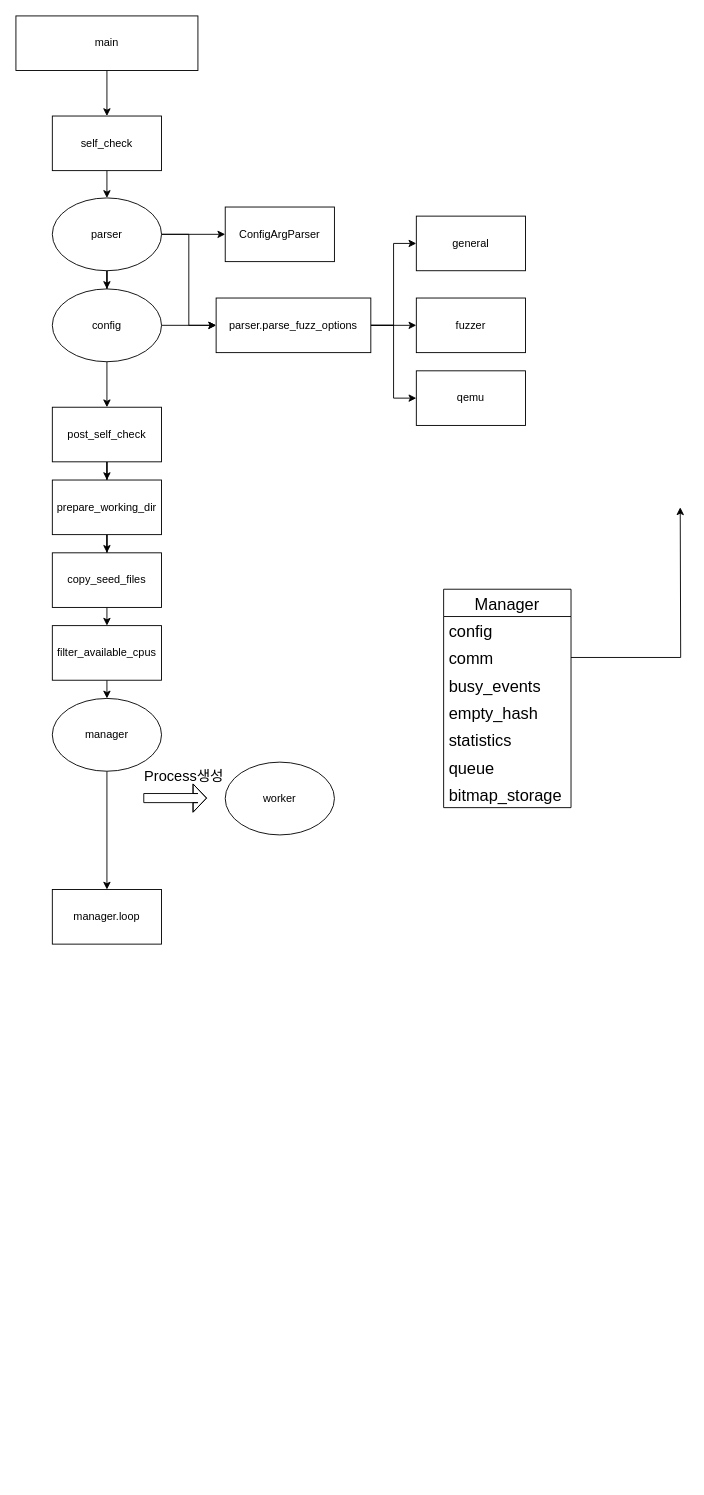
This is kAFL분석.drawio from FuzzerTV/Drawio, a draw.io file, before an edit. Source tidied: cells renumbered, new cells numbered last; positions are measured from the earlier drawing's top-left corner, leaving out a move shared by most shapes. Both pictures are drawn from the tidied source at 91%, with x=0, y=0 at pixel (15, 15).
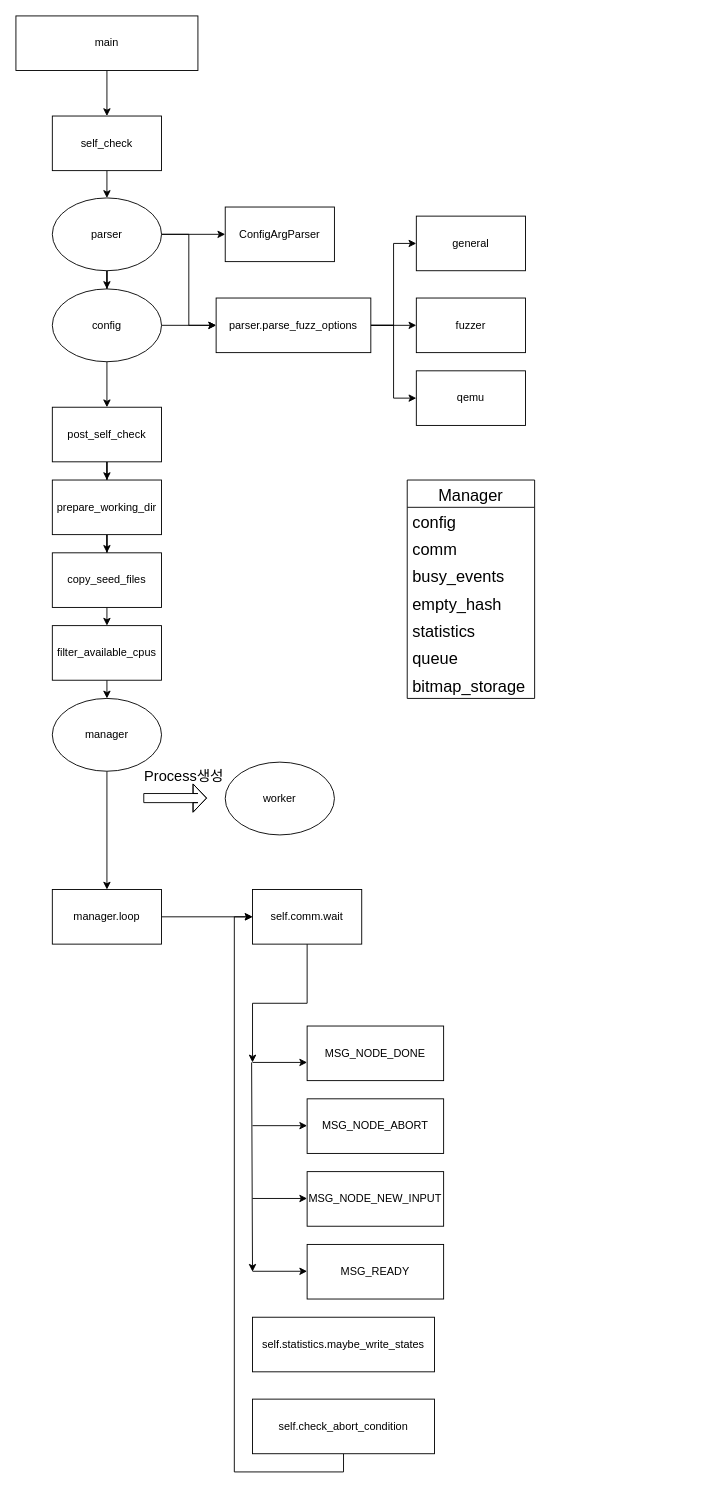
Above is the later version.

Commit message:
Manager.py분석 siphal

Unchanged cells that the change refers to:
```xml
<mxCell id="27" value="manager.loop" style="rounded=0;whiteSpace=wrap;html=1;" parent="1" vertex="1">
  <mxGeometry x="40" y="960" width="120" height="60" as="geometry" />
</mxCell>
<mxCell id="37" value="comm" style="text;strokeColor=none;fillColor=none;align=left;verticalAlign=middle;spacingLeft=4;spacingRight=4;overflow=hidden;points=[[0,0.5],[1,0.5]];portConstraint=eastwest;fontSize=18;" parent="35" vertex="1">
  <mxGeometry y="60" width="140" height="30" as="geometry" />
</mxCell>
```

What changed in the source:
```diff
@@
+    <mxCell id="44" style="edgeStyle=orthogonalEdgeStyle;rounded=0;jettySize=auto;html=1;exitX=1;exitY=0.5;exitDx=0;exitDy=0;entryX=0;entryY=0.5;entryDx=0;entryDy=0;" parent="1" edge="1" source="27" target="47">
+      <mxGeometry relative="1" as="geometry" />
+    </mxCell>
@@
     <mxCell id="35" value="Manager" style="swimlane;fontStyle=0;horizontal=1;startSize=30;fontSize=18;noLabel=0;arcSize=15;" parent="1" vertex="1">
-      <mxGeometry x="470" y="630" width="140" height="240" as="geometry" />
+      <mxGeometry x="430" y="510" width="140" height="240" as="geometry" />
     </mxCell>
@@
-    <mxCell id="43" style="edgeStyle=orthogonalEdgeStyle;rounded=0;jettySize=auto;html=1;exitX=1;exitY=0.5;exitDx=0;exitDy=0;fontSize=18;startSize=30;" parent="1" edge="1" source="37">
-      <mxGeometry relative="1" as="geometry">
-        <mxPoint x="730" y="540" as="targetPoint" />
-      </mxGeometry>
-    </mxCell>
+    <mxCell id="45" value="MSG_NODE_DONE" style="rounded=0;whiteSpace=wrap;html=1;" parent="1" vertex="1">
+      <mxGeometry x="320" y="1110" width="150" height="60" as="geometry" />
+    </mxCell>
+    <mxCell id="46" style="edgeStyle=orthogonalEdgeStyle;rounded=0;jettySize=auto;html=1;exitX=0.5;exitY=1;exitDx=0;exitDy=0;" parent="1" edge="1" source="47">
+      <mxGeometry relative="1" as="geometry">
+        <mxPoint x="260" y="1150" as="targetPoint" />
+        <Array as="points">
+          <mxPoint x="320" y="1085" />
+          <mxPoint x="260" y="1085" />
+        </Array>
+      </mxGeometry>
+    </mxCell>
+    <mxCell id="47" value="self.comm.wait" style="rounded=0;whiteSpace=wrap;html=1;" parent="1" vertex="1">
+      <mxGeometry x="260" y="960" width="120" height="60" as="geometry" />
+    </mxCell>
+    <mxCell id="48" value="MSG_NODE_ABORT" style="rounded=0;whiteSpace=wrap;html=1;" parent="1" vertex="1">
+      <mxGeometry x="320" y="1190" width="150" height="60" as="geometry" />
+    </mxCell>
+    <mxCell id="49" value="MSG_NODE_NEW_INPUT" style="rounded=0;whiteSpace=wrap;html=1;" parent="1" vertex="1">
+      <mxGeometry x="320" y="1270" width="150" height="60" as="geometry" />
+    </mxCell>
+    <mxCell id="50" style="edgeStyle=orthogonalEdgeStyle;rounded=0;orthogonalLoop=1;jettySize=auto;html=1;exitX=0.5;exitY=1;exitDx=0;exitDy=0;" parent="1" edge="1" source="48" target="48">
+      <mxGeometry relative="1" as="geometry" />
+    </mxCell>
+    <mxCell id="51" style="edgeStyle=orthogonalEdgeStyle;rounded=0;jettySize=auto;html=1;exitX=0.5;exitY=1;exitDx=0;exitDy=0;entryX=0;entryY=0.5;entryDx=0;entryDy=0;" parent="1" edge="1" source="52" target="47">
+      <mxGeometry relative="1" as="geometry" />
+    </mxCell>
+    <mxCell id="52" value="self.check_abort_condition" style="rounded=0;whiteSpace=wrap;html=1;" parent="1" vertex="1">
+      <mxGeometry x="260" y="1520" width="200" height="60" as="geometry" />
+    </mxCell>
+    <mxCell id="53" value="self.statistics.maybe_write_states" style="rounded=0;whiteSpace=wrap;html=1;" parent="1" vertex="1">
+      <mxGeometry x="260" y="1430" width="200" height="60" as="geometry" />
+    </mxCell>
+    <mxCell id="54" value="MSG_READY" style="rounded=0;whiteSpace=wrap;html=1;" parent="1" vertex="1">
+      <mxGeometry x="320" y="1350" width="150" height="60" as="geometry" />
+    </mxCell>
+    <mxCell id="55" style="endArrow=classic;html=1;rounded=0;" parent="1" edge="1">
+      <mxGeometry relative="1" as="geometry">
+        <mxPoint x="260" y="1150" as="sourcePoint" />
+        <mxPoint x="320" y="1150" as="targetPoint" />
+      </mxGeometry>
+    </mxCell>
+    <mxCell id="56" style="endArrow=classic;html=1;rounded=0;" parent="1" edge="1">
+      <mxGeometry relative="1" as="geometry">
+        <mxPoint x="260" y="1219.5" as="sourcePoint" />
+        <mxPoint x="320" y="1219.5" as="targetPoint" />
+      </mxGeometry>
+    </mxCell>
+    <mxCell id="57" style="endArrow=classic;html=1;rounded=0;" parent="1" edge="1">
+      <mxGeometry relative="1" as="geometry">
+        <mxPoint x="260" y="1299.5" as="sourcePoint" />
+        <mxPoint x="320" y="1299.5" as="targetPoint" />
+      </mxGeometry>
+    </mxCell>
+    <mxCell id="58" style="endArrow=classic;html=1;rounded=0;" parent="1" edge="1">
+      <mxGeometry relative="1" as="geometry">
+        <mxPoint x="260" y="1379.5" as="sourcePoint" />
+        <mxPoint x="320" y="1379.5" as="targetPoint" />
+      </mxGeometry>
+    </mxCell>
+    <mxCell id="59" style="endArrow=classic;html=1;rounded=0;" parent="1" edge="1">
+      <mxGeometry relative="1" as="geometry">
+        <mxPoint x="259" y="1150" as="sourcePoint" />
+        <mxPoint x="260" y="1380" as="targetPoint" />
+      </mxGeometry>
+    </mxCell>
```
